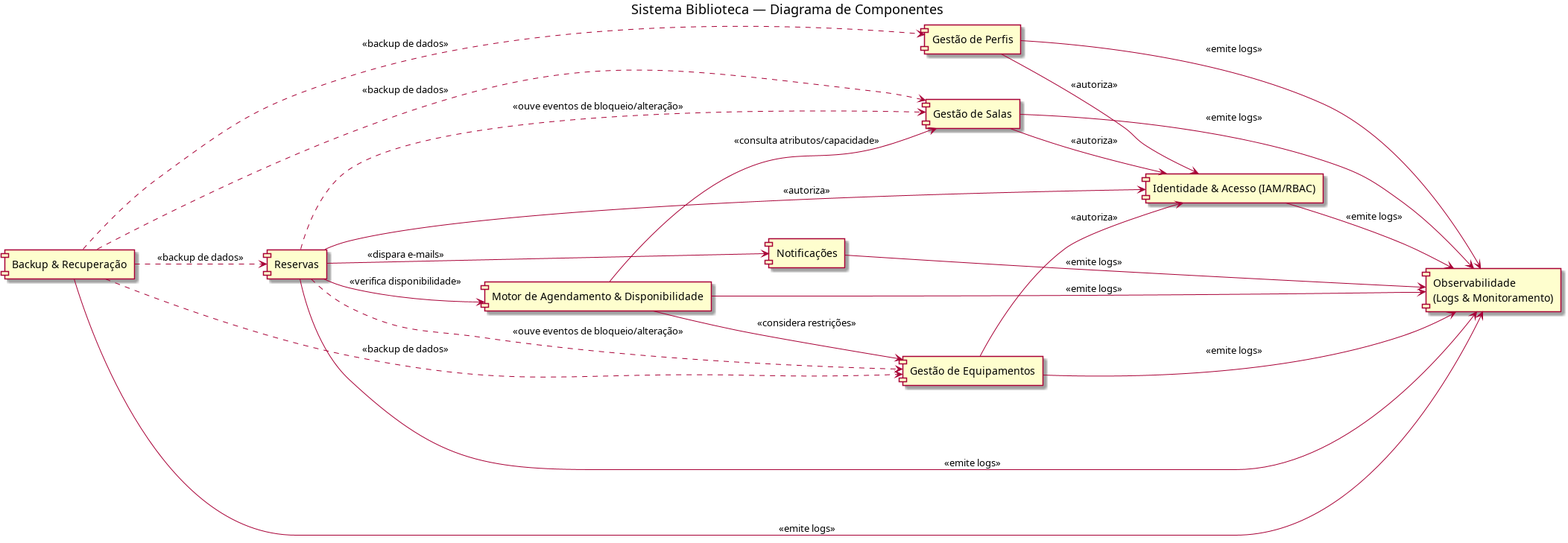
Before: DescricaoAtividadesRealizadas/AvaliacaoDiretrizes/Sistema2-Biblioteca/out/componentes-biblioteca.png, a diagram exported from PlantUML (carloshenriquehannas/TCC). Its source is kept beside it as DescricaoAtividadesRealizadas/AvaliacaoDiretrizes/Sistema2-Biblioteca/componentes-biblioteca.puml.
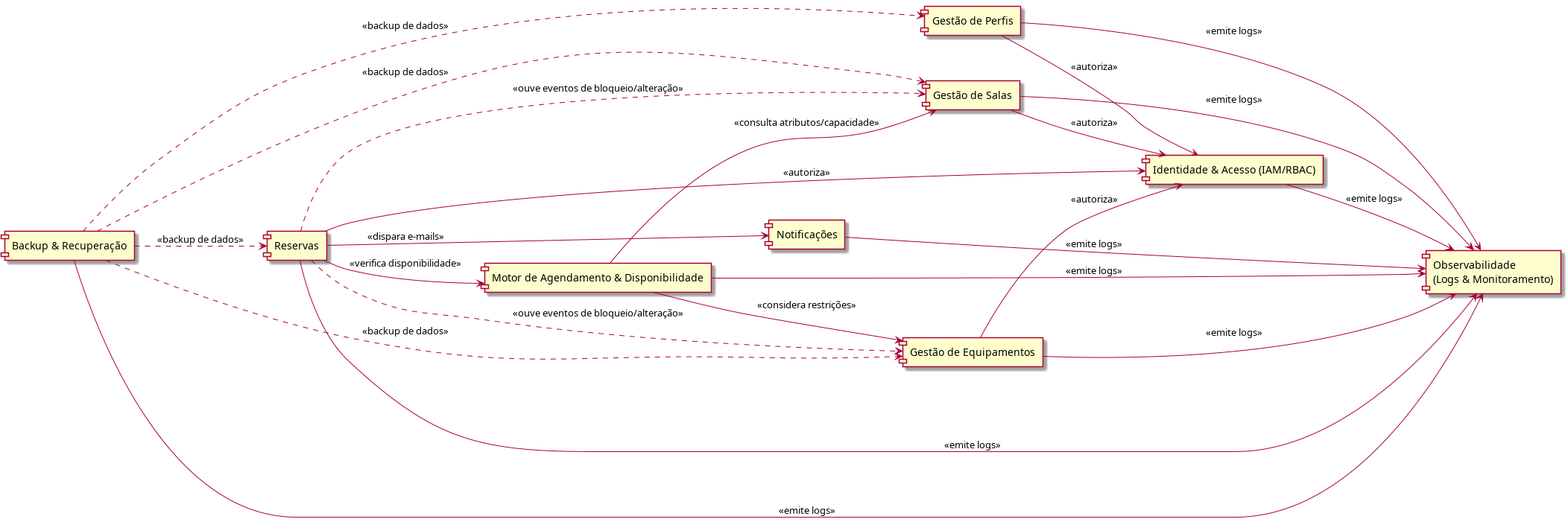
Later version of the same file.

Change to the diagram source:
```diff
@@ -1,5 +1,4 @@
-@startuml componentes2-biblioteca
-title Sistema Biblioteca — Diagrama de Componentes
+@startuml componentes-biblioteca
 left to right direction
 
 component "Identidade & Acesso (IAM/RBAC)" as IAM
```
